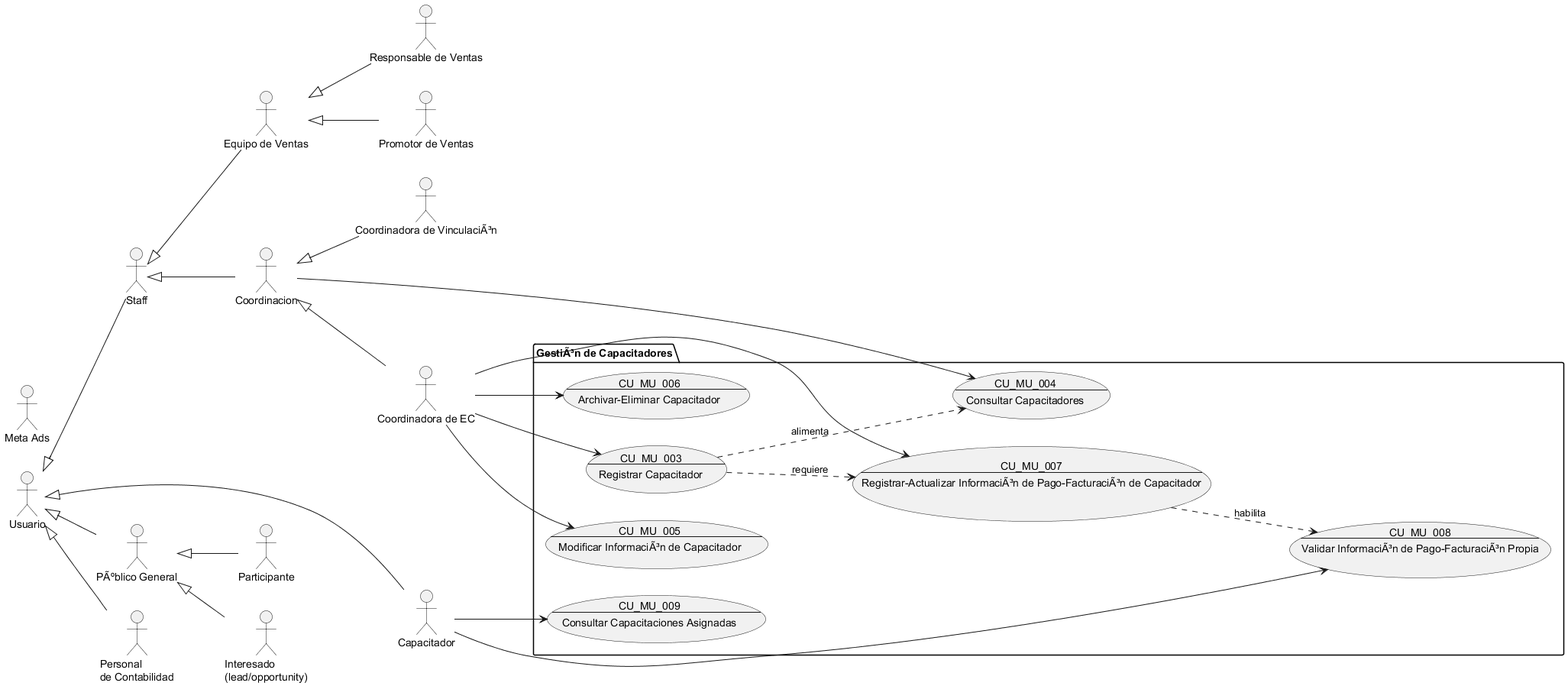
Earlier version of the PlantUML export Docs/Requerimientos/Diagramas/img/Gestión de Capacitadores.png (Proyectos-Vinculacion-FMAT/ECFCA). Source of this version:
```plantuml
@startuml GestiÃ³n de Capacitadores

!include Actores.puml

package "GestiÃ³n de Capacitadores" {
    usecase CU_MU_003 as "
    CU_MU_003
    ---
    Registrar Capacitador
    "
    usecase CU_MU_004 as "
    CU_MU_004
    ---
    Consultar Capacitadores
    "
    usecase CU_MU_005 as "
    CU_MU_005
    ---
    Modificar InformaciÃ³n de Capacitador
    "
    usecase CU_MU_006 as "
    CU_MU_006
    ---
    Archivar-Eliminar Capacitador
    "

    usecase CU_MU_007 as "
    CU_MU_007
    ---
    Registrar-Actualizar InformaciÃ³n de Pago-FacturaciÃ³n de Capacitador
    "
    usecase CU_MU_008 as "
    CU_MU_008
    ---
    Validar InformaciÃ³n de Pago-FacturaciÃ³n Propia
    "

    usecase CU_MU_009 as "
    CU_MU_009
    ---
    Consultar Capacitaciones Asignadas
    "
}

coordinadora_ec --> CU_MU_003
Coordinacion --> CU_MU_004
coordinadora_ec --> CU_MU_005
coordinadora_ec --> CU_MU_006
coordinadora_ec --> CU_MU_007

Capacitador --> CU_MU_008
Capacitador --> CU_MU_009

CU_MU_003 ..> CU_MU_004 : alimenta
CU_MU_003 ..> CU_MU_007 : requiere
CU_MU_007 ..> CU_MU_008 : habilita

@enduml
```
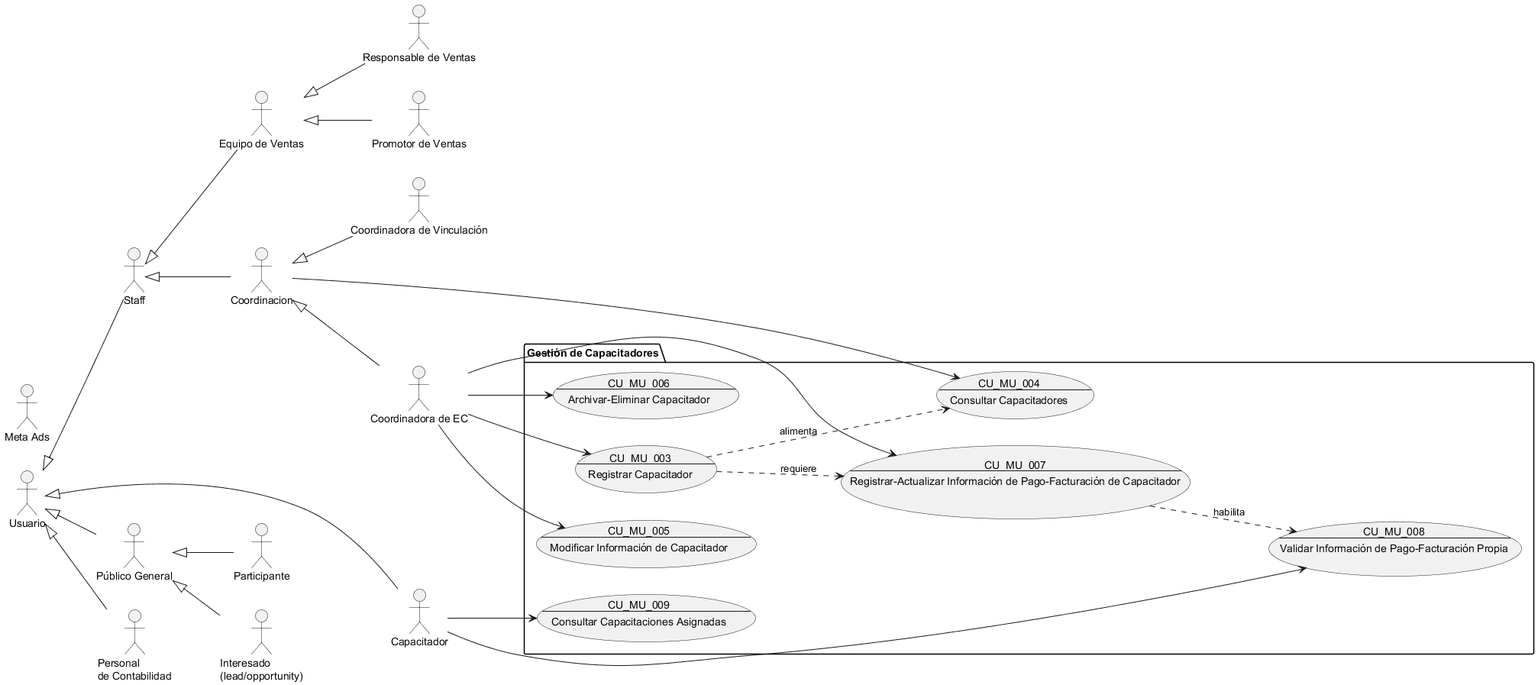
Above is the later version.

What changed in the source:
```diff
@@ -1,8 +1,8 @@
-@startuml GestiÃ³n de Capacitadores
+@startuml Gestión de Capacitadores
 
 !include Actores.puml
 
-package "GestiÃ³n de Capacitadores" {
+package "Gestión de Capacitadores" {
     usecase CU_MU_003 as "
     CU_MU_003
     ---
@@ -16,7 +16,7 @@
     usecase CU_MU_005 as "
     CU_MU_005
     ---
-    Modificar InformaciÃ³n de Capacitador
+    Modificar Información de Capacitador
     "
     usecase CU_MU_006 as "
     CU_MU_006
@@ -27,12 +27,12 @@
     usecase CU_MU_007 as "
     CU_MU_007
     ---
-    Registrar-Actualizar InformaciÃ³n de Pago-FacturaciÃ³n de Capacitador
+    Registrar-Actualizar Información de Pago-Facturación de Capacitador
     "
     usecase CU_MU_008 as "
     CU_MU_008
     ---
-    Validar InformaciÃ³n de Pago-FacturaciÃ³n Propia
+    Validar Información de Pago-Facturación Propia
     "
 
     usecase CU_MU_009 as "
```
